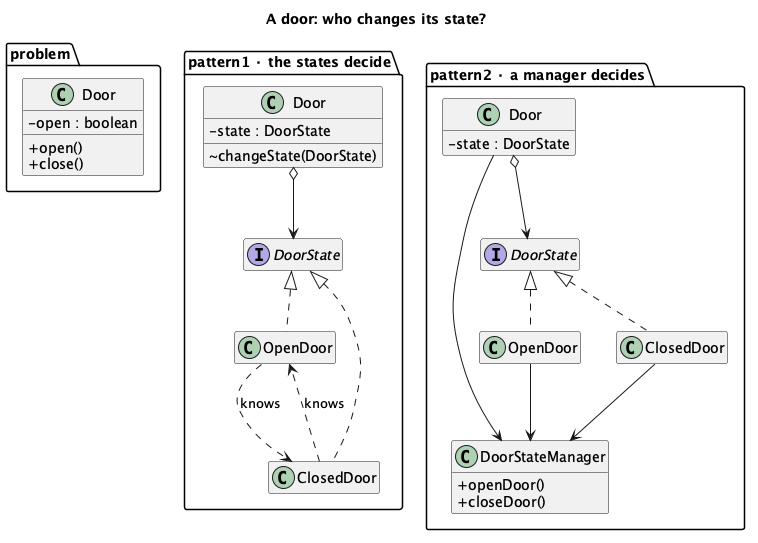
kaldiroglu/DesignPatternsWithJava keeps this PlantUML diagram as src/main/java/dev/kaldiroglu/dp/behavioral/state/door/uml/State - Door - Class Diagram.png. Above is the earlier version. Its diagram source:
```plantuml
@startuml "State - Door - Class Diagram"
skinparam classAttributeIconSize 0
hide empty members
title A door: who changes its state?

package "problem" {
  class "Door" as D0 {
    - open : boolean
    + open()
    + close()
  }
}
package "pattern1 · the states decide" {
  class "Door" as D1 {
    - state : DoorState
    ~ changeState(DoorState)
  }
  interface "DoorState" as S1
  class "OpenDoor" as O1
  class "ClosedDoor" as C1
  D1 o--> S1
  S1 <|.. O1
  S1 <|.. C1
  O1 ..> C1 : knows
  C1 ..> O1 : knows
}
package "pattern2 · a manager decides" {
  class "Door" as D2 {
    - state : DoorState
  }
  class DoorStateManager {
    + openDoor()
    + closeDoor()
  }
  interface "DoorState" as S2
  class "OpenDoor" as O2
  class "ClosedDoor" as C2
  D2 o--> S2
  D2 --> DoorStateManager
  S2 <|.. O2
  S2 <|.. C2
  O2 --> DoorStateManager
  C2 --> DoorStateManager
}
D0 -[hidden]right- D1
D1 -[hidden]right- D2
@enduml
```
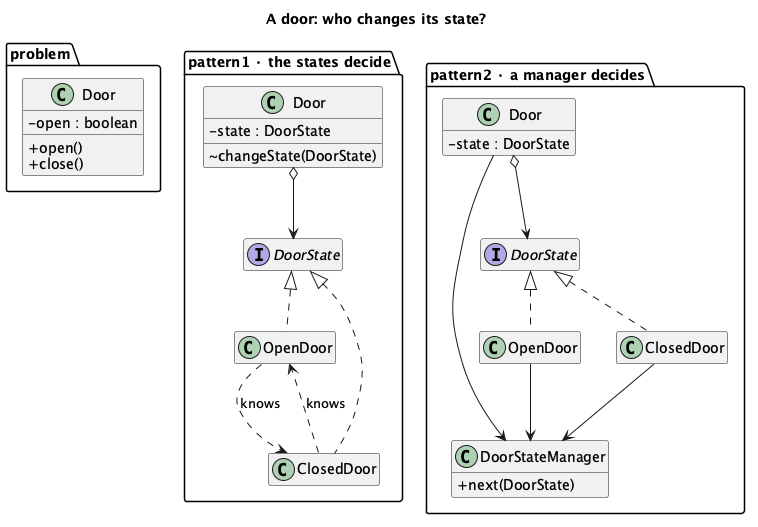
Later version of the same file.

The edit, as a diff of the source:
```diff
@@ -29,8 +29,7 @@
     - state : DoorState
   }
   class DoorStateManager {
-    + openDoor()
-    + closeDoor()
+    + next(DoorState)
   }
   interface "DoorState" as S2
   class "OpenDoor" as O2
```
